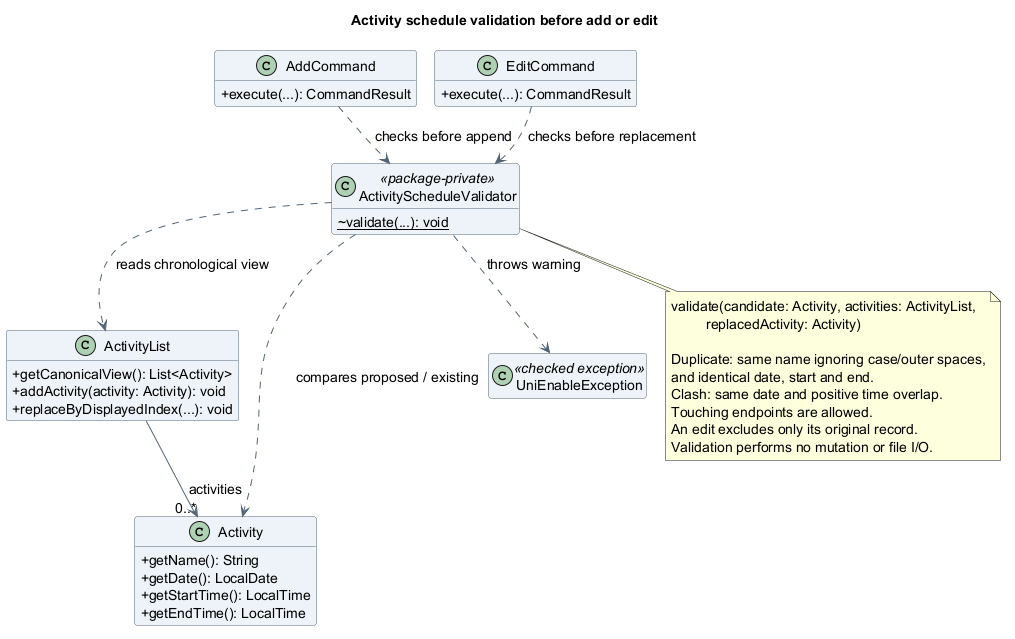
Above: docs/images/luke/class/ActivityScheduleValidatorClassDiagram.png in AY2627S1-CS2113-T10-4/tp (PlantUML), before the change. Its diagram source:
```plantuml
@startuml
!pragma layout smetana
title Activity schedule validation before add or edit
skinparam backgroundColor white
skinparam shadowing false
skinparam defaultFontName SansSerif
skinparam defaultFontSize 14
skinparam classAttributeIconSize 0
skinparam classBackgroundColor #EDF3F8
skinparam classBorderColor #526477
skinparam ArrowColor #526477
hide empty members

class AddCommand {
  +execute(...): CommandResult
}
class EditCommand {
  +execute(...): CommandResult
}
class ActivityScheduleValidator <<package-private>> {
  ~{static} validate(...): void
}
class ActivityList {
  +getCanonicalView(): List<Activity>
  +addActivity(activity: Activity): void
  +replaceByDisplayedIndex(...): void
}
class Activity {
  +getName(): String
  +getDate(): LocalDate
  +getStartTime(): LocalTime
  +getEndTime(): LocalTime
}
class UniEnableException <<checked exception>>

AddCommand ..> ActivityScheduleValidator : checks before append
EditCommand ..> ActivityScheduleValidator : checks before replacement
ActivityScheduleValidator ..> ActivityList : reads chronological view
ActivityScheduleValidator ..> Activity : compares proposed / existing
ActivityScheduleValidator ..> UniEnableException : throws warning
ActivityList --> "0..*" Activity : activities

note bottom of ActivityScheduleValidator
  validate(candidate: Activity, activities: ActivityList,
           replacedActivity: Activity)

  Duplicate: same name ignoring case/outer spaces,
  and identical date, start and end.
  Clash: same date and positive time overlap.
  Touching endpoints are allowed.
  An edit excludes only its original record.
  Validation performs no mutation or file I/O.
end note
@enduml
```
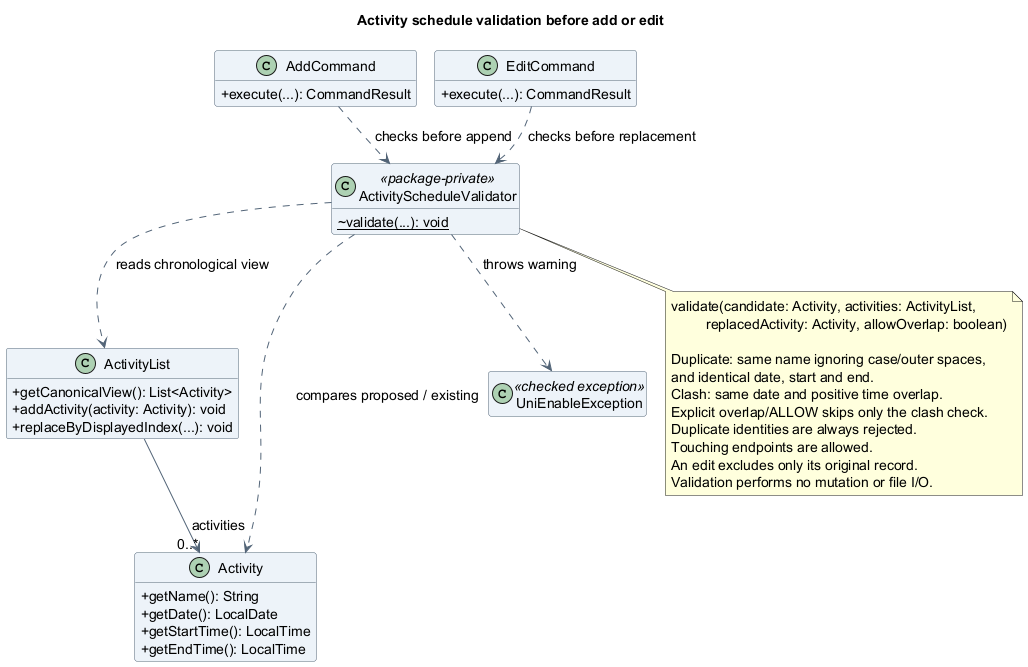
Later version of the same file.

What changed in the source:
```diff
@@ -42,11 +42,13 @@
 
 note bottom of ActivityScheduleValidator
   validate(candidate: Activity, activities: ActivityList,
-           replacedActivity: Activity)
+           replacedActivity: Activity, allowOverlap: boolean)
 
   Duplicate: same name ignoring case/outer spaces,
   and identical date, start and end.
   Clash: same date and positive time overlap.
+  Explicit overlap/ALLOW skips only the clash check.
+  Duplicate identities are always rejected.
   Touching endpoints are allowed.
   An edit excludes only its original record.
   Validation performs no mutation or file I/O.
```
